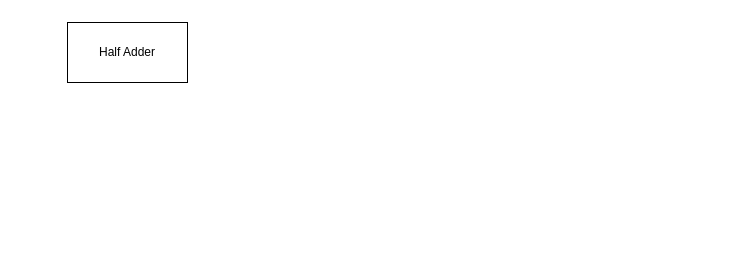
Before: FP-01.drawio in Marc-Siwy/Final-Project, a draw.io diagram. Source tidied: cells renumbered, new cells numbered last; positions are measured from the earlier drawing's top-left corner, leaving out a move shared by most shapes. Both pictures are drawn from the tidied source at 100%, with x=0, y=0 at pixel (67, 22).
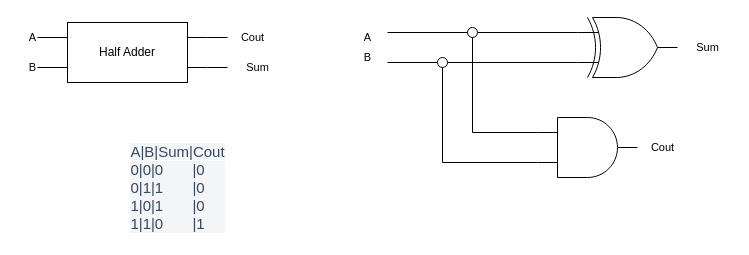
The same diagram, later.

Unchanged cells that the change refers to:
```xml
<mxCell id="2" value="Half Adder" style="whiteSpace=wrap;html=1;" parent="1" vertex="1">
  <mxGeometry width="120" height="60" as="geometry" />
</mxCell>
```

What changed in the source:
```diff
@@
+    <mxCell id="3" style="edgeStyle=orthogonalEdgeStyle;html=1;exitX=0;exitY=0.25;exitDx=0;exitDy=0;rounded=0;endArrow=none;endFill=0;" parent="1" edge="1" source="2">
+      <mxGeometry relative="1" as="geometry">
+        <mxPoint x="-30" y="15" as="targetPoint" />
+      </mxGeometry>
+    </mxCell>
+    <mxCell id="4" style="edgeStyle=orthogonalEdgeStyle;shape=connector;rounded=0;html=1;exitX=0;exitY=0.75;exitDx=0;exitDy=0;labelBackgroundColor=default;strokeColor=default;fontFamily=Helvetica;fontSize=11;fontColor=default;endArrow=none;endFill=0;" parent="1" edge="1" source="2">
+      <mxGeometry relative="1" as="geometry">
+        <mxPoint x="-30" y="45" as="targetPoint" />
+      </mxGeometry>
+    </mxCell>
+    <mxCell id="5" style="edgeStyle=orthogonalEdgeStyle;shape=connector;rounded=0;html=1;exitX=1;exitY=0.25;exitDx=0;exitDy=0;labelBackgroundColor=default;strokeColor=default;fontFamily=Helvetica;fontSize=11;fontColor=default;endArrow=none;endFill=0;" parent="1" edge="1" source="2">
+      <mxGeometry relative="1" as="geometry">
+        <mxPoint x="160" y="15" as="targetPoint" />
+      </mxGeometry>
+    </mxCell>
+    <mxCell id="6" style="edgeStyle=orthogonalEdgeStyle;shape=connector;rounded=0;html=1;exitX=1;exitY=0.75;exitDx=0;exitDy=0;labelBackgroundColor=default;strokeColor=default;fontFamily=Helvetica;fontSize=11;fontColor=default;endArrow=none;endFill=0;" parent="1" edge="1" source="2">
+      <mxGeometry relative="1" as="geometry">
+        <mxPoint x="160" y="45" as="targetPoint" />
+      </mxGeometry>
+    </mxCell>
@@
+    <mxCell id="7" value="Cout" style="text;html=1;align=center;verticalAlign=middle;strokeColor=none;fillColor=none;fontSize=11;fontFamily=Helvetica;fontColor=default;" parent="1" vertex="1">
+      <mxGeometry x="160" width="50" height="30" as="geometry" />
+    </mxCell>
+    <mxCell id="8" value="A" style="text;html=1;align=center;verticalAlign=middle;strokeColor=none;fillColor=none;fontSize=11;fontFamily=Helvetica;fontColor=default;" parent="1" vertex="1">
+      <mxGeometry x="-50" width="30" height="30" as="geometry" />
+    </mxCell>
+    <mxCell id="9" value="B" style="text;html=1;align=center;verticalAlign=middle;strokeColor=none;fillColor=none;fontSize=11;fontFamily=Helvetica;fontColor=default;" parent="1" vertex="1">
+      <mxGeometry x="-50" y="30" width="30" height="30" as="geometry" />
+    </mxCell>
+    <mxCell id="10" style="edgeStyle=orthogonalEdgeStyle;shape=connector;rounded=0;html=1;exitX=0;exitY=0.25;exitDx=0;exitDy=0;exitPerimeter=0;entryX=1;entryY=0.5;entryDx=0;entryDy=0;labelBackgroundColor=default;strokeColor=default;fontFamily=Helvetica;fontSize=11;fontColor=default;endArrow=none;endFill=0;" parent="1" edge="1" source="12" target="16">
+      <mxGeometry relative="1" as="geometry" />
+    </mxCell>
+    <mxCell id="11" style="edgeStyle=orthogonalEdgeStyle;shape=connector;rounded=0;html=1;exitX=0;exitY=0.75;exitDx=0;exitDy=0;exitPerimeter=0;entryX=1;entryY=0.5;entryDx=0;entryDy=0;labelBackgroundColor=default;strokeColor=default;fontFamily=Helvetica;fontSize=11;fontColor=default;endArrow=none;endFill=0;" parent="1" edge="1" source="12" target="19">
+      <mxGeometry relative="1" as="geometry" />
+    </mxCell>
+    <mxCell id="12" style="verticalLabelPosition=bottom;shadow=0;dashed=0;align=center;html=1;verticalAlign=top;shape=mxgraph.electrical.logic_gates.logic_gate;operation=xor;fontFamily=Helvetica;fontSize=11;fontColor=default;" parent="1" vertex="1">
+      <mxGeometry x="510" y="-5" width="100" height="60" as="geometry" />
+    </mxCell>
+    <mxCell id="13" style="verticalLabelPosition=bottom;shadow=0;dashed=0;align=center;html=1;verticalAlign=top;shape=mxgraph.electrical.logic_gates.logic_gate;operation=and;fontFamily=Helvetica;fontSize=11;fontColor=default;" parent="1" vertex="1">
+      <mxGeometry x="470" y="95" width="100" height="60" as="geometry" />
+    </mxCell>
+    <mxCell id="14" style="edgeStyle=orthogonalEdgeStyle;shape=connector;rounded=0;html=1;exitX=0;exitY=0.5;exitDx=0;exitDy=0;labelBackgroundColor=default;strokeColor=default;fontFamily=Helvetica;fontSize=11;fontColor=default;endArrow=none;endFill=0;" parent="1" edge="1" source="16">
+      <mxGeometry relative="1" as="geometry">
+        <mxPoint x="320" y="10" as="targetPoint" />
+      </mxGeometry>
+    </mxCell>
+    <mxCell id="15" style="edgeStyle=orthogonalEdgeStyle;shape=connector;rounded=0;html=1;exitX=0.5;exitY=1;exitDx=0;exitDy=0;entryX=0;entryY=0.25;entryDx=0;entryDy=0;entryPerimeter=0;labelBackgroundColor=default;strokeColor=default;fontFamily=Helvetica;fontSize=11;fontColor=default;endArrow=none;endFill=0;" parent="1" edge="1" source="16" target="13">
+      <mxGeometry relative="1" as="geometry" />
+    </mxCell>
+    <mxCell id="16" style="ellipse;whiteSpace=wrap;html=1;fontFamily=Helvetica;fontSize=11;fontColor=default;" parent="1" vertex="1">
+      <mxGeometry x="400" y="5" width="10" height="10" as="geometry" />
+    </mxCell>
+    <mxCell id="17" style="edgeStyle=orthogonalEdgeStyle;shape=connector;rounded=0;html=1;exitX=0;exitY=0.5;exitDx=0;exitDy=0;labelBackgroundColor=default;strokeColor=default;fontFamily=Helvetica;fontSize=11;fontColor=default;endArrow=none;endFill=0;" parent="1" edge="1" source="19">
+      <mxGeometry relative="1" as="geometry">
+        <mxPoint x="320" y="40" as="targetPoint" />
+      </mxGeometry>
+    </mxCell>
+    <mxCell id="18" style="edgeStyle=orthogonalEdgeStyle;shape=connector;rounded=0;html=1;exitX=0.5;exitY=1;exitDx=0;exitDy=0;entryX=0;entryY=0.75;entryDx=0;entryDy=0;entryPerimeter=0;labelBackgroundColor=default;strokeColor=default;fontFamily=Helvetica;fontSize=11;fontColor=default;endArrow=none;endFill=0;" parent="1" edge="1" source="19" target="13">
+      <mxGeometry relative="1" as="geometry" />
+    </mxCell>
+    <mxCell id="19" style="ellipse;whiteSpace=wrap;html=1;fontFamily=Helvetica;fontSize=11;fontColor=default;" parent="1" vertex="1">
+      <mxGeometry x="370" y="35" width="10" height="10" as="geometry" />
+    </mxCell>
+    <mxCell id="20" value="Cout" style="text;html=1;align=center;verticalAlign=middle;strokeColor=none;fillColor=none;fontSize=11;fontFamily=Helvetica;fontColor=default;" parent="1" vertex="1">
+      <mxGeometry x="570" y="110" width="50" height="30" as="geometry" />
+    </mxCell>
+    <mxCell id="21" value="A" style="text;html=1;align=center;verticalAlign=middle;strokeColor=none;fillColor=none;fontSize=11;fontFamily=Helvetica;fontColor=default;" parent="1" vertex="1">
+      <mxGeometry x="285" width="30" height="30" as="geometry" />
+    </mxCell>
+    <mxCell id="22" value="B" style="text;html=1;align=center;verticalAlign=middle;strokeColor=none;fillColor=none;fontSize=11;fontFamily=Helvetica;fontColor=default;" parent="1" vertex="1">
+      <mxGeometry x="285" y="20" width="30" height="30" as="geometry" />
+    </mxCell>
+    <mxCell id="23" value="Sum" style="text;html=1;align=center;verticalAlign=middle;strokeColor=none;fillColor=none;fontSize=11;fontFamily=Helvetica;fontColor=default;" parent="1" vertex="1">
+      <mxGeometry x="165" y="30" width="50" height="30" as="geometry" />
+    </mxCell>
+    <mxCell id="24" value="Sum" style="text;html=1;align=center;verticalAlign=middle;strokeColor=none;fillColor=none;fontSize=11;fontFamily=Helvetica;fontColor=default;" parent="1" vertex="1">
+      <mxGeometry x="615" y="10" width="50" height="30" as="geometry" />
+    </mxCell>
+    <mxCell id="25" value="&lt;span style=&quot;color: rgb(52, 73, 94); font-family: ArtifaktElement-Medium, sans-serif; font-size: 15px; text-align: left; background-color: rgb(244, 245, 246);&quot;&gt;A|B|Sum|Cout&lt;/span&gt;&lt;div style=&quot;-webkit-tap-highlight-color: rgba(0, 0, 0, 0); box-sizing: border-box; color: rgb(52, 73, 94); font-family: ArtifaktElement-Medium, sans-serif; font-size: 15px; text-align: left; background-color: rgb(244, 245, 246);&quot;&gt;0|0|0&amp;nbsp; &amp;nbsp; &amp;nbsp; &amp;nbsp;|0&lt;/div&gt;&lt;div style=&quot;-webkit-tap-highlight-color: rgba(0, 0, 0, 0); box-sizing: border-box; color: rgb(52, 73, 94); font-family: ArtifaktElement-Medium, sans-serif; font-size: 15px; text-align: left; background-color: rgb(244, 245, 246);&quot;&gt;0|1|1&amp;nbsp; &amp;nbsp; &amp;nbsp; &amp;nbsp;|0&lt;/div&gt;&lt;div style=&quot;-webkit-tap-highlight-color: rgba(0, 0, 0, 0); box-sizing: border-box; color: rgb(52, 73, 94); font-family: ArtifaktElement-Medium, sans-serif; font-size: 15px; text-align: left; background-color: rgb(244, 245, 246);&quot;&gt;1|0|1&amp;nbsp; &amp;nbsp; &amp;nbsp; &amp;nbsp;|0&lt;/div&gt;&lt;div style=&quot;-webkit-tap-highlight-color: rgba(0, 0, 0, 0); box-sizing: border-box; color: rgb(52, 73, 94); font-family: ArtifaktElement-Medium, sans-serif; font-size: 15px; text-align: left; background-color: rgb(244, 245, 246);&quot;&gt;1|1|0&amp;nbsp; &amp;nbsp; &amp;nbsp; &amp;nbsp;|1&lt;/div&gt;" style="text;html=1;align=center;verticalAlign=middle;strokeColor=none;fillColor=none;fontSize=11;fontFamily=Helvetica;fontColor=default;" parent="1" vertex="1">
+      <mxGeometry x="50" y="115" width="120" height="100" as="geometry" />
+    </mxCell>
```
